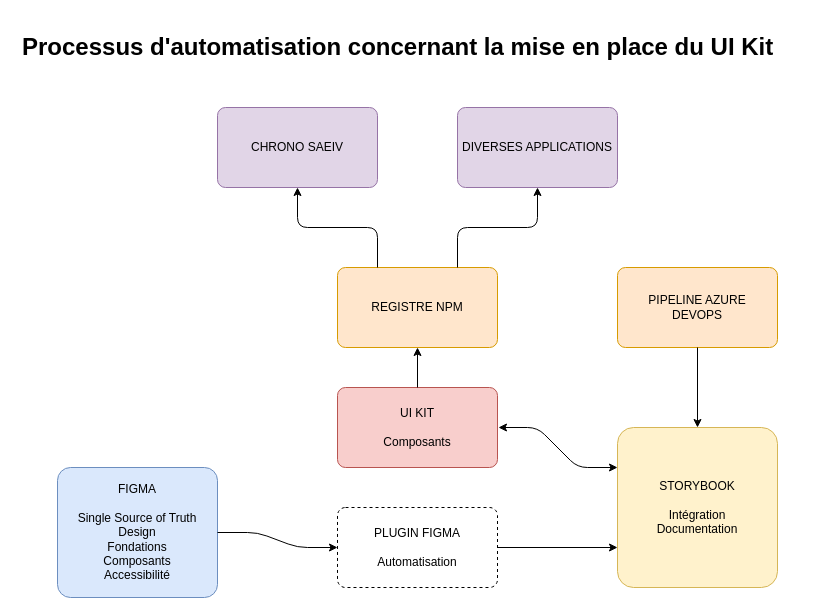
Above: Untitled Diagram.drawio in Tim-arts/flowcharts (draw.io), before the change. Source tidied: cells renumbered, new cells numbered last; positions are measured from the earlier drawing's top-left corner, leaving out a move shared by most shapes. Both pictures are drawn from the tidied source at 100%, with x=0, y=0 at pixel (17, 27).
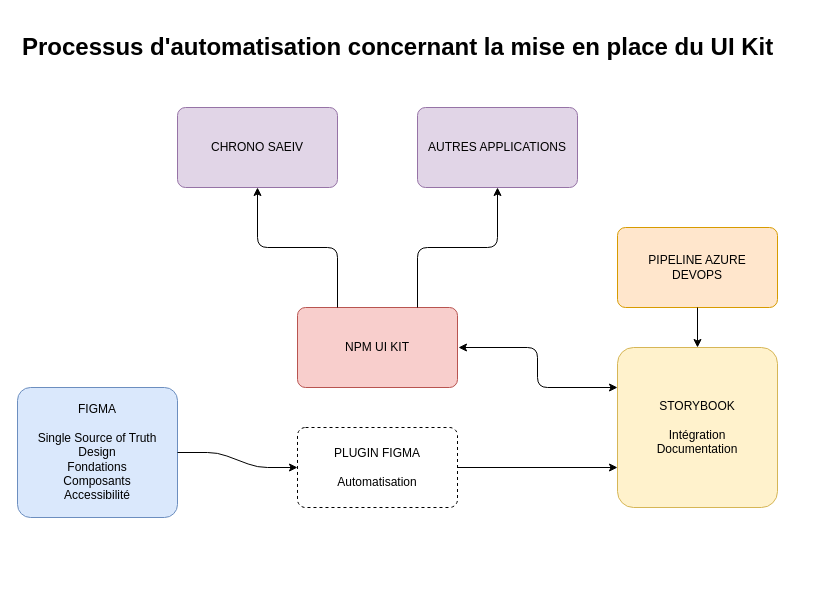
Above is the later version.

What changed in the source:
```diff
@@
+    <mxCell id="10" value="&lt;h1&gt;Processus d'automatisation concernant la mise en place du UI Kit&lt;/h1&gt;" style="text;html=1;strokeColor=none;fillColor=none;spacing=5;spacingTop=-20;whiteSpace=wrap;overflow=hidden;rounded=0;" parent="1" vertex="1">
+      <mxGeometry width="800" height="40" as="geometry" />
+    </mxCell>
     <mxCell id="2" value="FIGMA&lt;br&gt;&lt;br&gt;Single Source of Truth&lt;br&gt;Design&lt;br&gt;Fondations&lt;br&gt;Composants&lt;br&gt;Accessibilité" style="rounded=1;whiteSpace=wrap;html=1;arcSize=10;fillColor=#dae8fc;strokeColor=#6c8ebf;" parent="1" vertex="1">
-      <mxGeometry x="40" y="440" width="160" height="130" as="geometry" />
+      <mxGeometry y="360" width="160" height="130" as="geometry" />
     </mxCell>
     <mxCell id="3" value="STORYBOOK&lt;br&gt;&lt;br&gt;Intégration&lt;br&gt;Documentation" style="rounded=1;whiteSpace=wrap;html=1;arcSize=10;fillColor=#fff2cc;strokeColor=#d6b656;" parent="1" vertex="1">
-      <mxGeometry x="600" y="400" width="160" height="160" as="geometry" />
+      <mxGeometry x="600" y="320" width="160" height="160" as="geometry" />
     </mxCell>
     <mxCell id="4" value="PIPELINE AZURE&lt;br&gt;DEVOPS" style="rounded=1;whiteSpace=wrap;html=1;arcSize=10;fillColor=#ffe6cc;strokeColor=#d79b00;" parent="1" vertex="1">
-      <mxGeometry x="600" y="240" width="160" height="80" as="geometry" />
+      <mxGeometry x="600" y="200" width="160" height="80" as="geometry" />
     </mxCell>
     <mxCell id="5" style="endArrow=classic;html=1;jumpStyle=line;shadow=0;rounded=1;jumpSize=6;endSize=6;fixDash=1;orthogonal=0;comic=0;backgroundOutline=0;entryX=0;entryY=0.5;entryDx=0;entryDy=0;exitX=1;exitY=0.5;exitDx=0;exitDy=0;" parent="1" edge="1" source="2" target="12">
       <mxGeometry relative="1" as="geometry">
         <Array as="points">
-          <mxPoint x="240" y="505" />
-          <mxPoint x="280" y="520" />
+          <mxPoint x="200" y="425" />
+          <mxPoint x="240" y="440" />
         </Array>
       </mxGeometry>
     </mxCell>
@@
-    <mxCell id="7" value="DIVERSES APPLICATIONS" style="rounded=1;whiteSpace=wrap;html=1;arcSize=10;fillColor=#e1d5e7;strokeColor=#9673a6;" parent="1" vertex="1">
-      <mxGeometry x="440" y="80" width="160" height="80" as="geometry" />
-    </mxCell>
-    <mxCell id="8" value="CHRONO SAEIV" style="rounded=1;whiteSpace=wrap;html=1;arcSize=10;fillColor=#e1d5e7;strokeColor=#9673a6;" parent="1" vertex="1">
-      <mxGeometry x="200" y="80" width="160" height="80" as="geometry" />
-    </mxCell>
-    <mxCell id="9" value="REGISTRE NPM" style="rounded=1;whiteSpace=wrap;html=1;arcSize=10;fillColor=#ffe6cc;strokeColor=#d79b00;" parent="1" vertex="1">
-      <mxGeometry x="320" y="240" width="160" height="80" as="geometry" />
-    </mxCell>
-    <mxCell id="10" value="&lt;h1&gt;Processus d'automatisation concernant la mise en place du UI Kit&lt;/h1&gt;" style="text;html=1;strokeColor=none;fillColor=none;spacing=5;spacingTop=-20;whiteSpace=wrap;overflow=hidden;rounded=0;" parent="1" vertex="1">
-      <mxGeometry width="800" height="40" as="geometry" />
-    </mxCell>
-    <mxCell id="11" value="UI KIT&lt;br&gt;&lt;br&gt;Composants" style="rounded=1;whiteSpace=wrap;html=1;arcSize=10;fillColor=#f8cecc;strokeColor=#b85450;" parent="1" vertex="1">
-      <mxGeometry x="320" y="360" width="160" height="80" as="geometry" />
-    </mxCell>
+    <mxCell id="18" value="AUTRES APPLICATIONS" style="rounded=1;whiteSpace=wrap;html=1;arcSize=10;fillColor=#e1d5e7;strokeColor=#9673a6;" parent="1" vertex="1">
+      <mxGeometry x="400" y="80" width="160" height="80" as="geometry" />
+    </mxCell>
+    <mxCell id="19" value="NPM UI KIT" style="rounded=1;whiteSpace=wrap;html=1;arcSize=10;fillColor=#f8cecc;strokeColor=#b85450;" parent="1" vertex="1">
+      <mxGeometry x="280" y="280" width="160" height="80" as="geometry" />
+    </mxCell>
     <mxCell id="12" value="PLUGIN FIGMA&lt;br&gt;&lt;br&gt;Automatisation" style="rounded=1;whiteSpace=wrap;html=1;arcSize=10;dashed=1;" parent="1" vertex="1">
-      <mxGeometry x="320" y="480" width="160" height="80" as="geometry" />
+      <mxGeometry x="280" y="400" width="160" height="80" as="geometry" />
     </mxCell>
@@
-    <mxCell id="14" style="endArrow=classic;html=1;shadow=0;endSize=6;strokeColor=#000000;entryX=0.5;entryY=1;entryDx=0;entryDy=0;exitX=0.5;exitY=0;exitDx=0;exitDy=0;" parent="1" edge="1" source="11" target="9">
-      <mxGeometry relative="1" as="geometry" />
-    </mxCell>
-    <mxCell id="15" style="endArrow=classic;html=1;shadow=0;endSize=6;strokeColor=#000000;entryX=0.5;entryY=1;entryDx=0;entryDy=0;exitX=0.25;exitY=0;exitDx=0;exitDy=0;" parent="1" edge="1" source="9" target="8">
-      <mxGeometry relative="1" as="geometry">
-        <Array as="points">
-          <mxPoint x="360" y="200" />
-          <mxPoint x="280" y="200" />
-        </Array>
-      </mxGeometry>
-    </mxCell>
-    <mxCell id="16" style="endArrow=classic;html=1;shadow=0;endSize=6;strokeColor=#000000;entryX=0.5;entryY=1;entryDx=0;entryDy=0;exitX=0.75;exitY=0;exitDx=0;exitDy=0;" parent="1" edge="1" source="9" target="7">
-      <mxGeometry relative="1" as="geometry">
-        <Array as="points">
-          <mxPoint x="440" y="200" />
-          <mxPoint x="520" y="200" />
-        </Array>
-      </mxGeometry>
-    </mxCell>
-    <mxCell id="17" style="endArrow=classic;startArrow=classic;html=1;shadow=0;endSize=6;strokeColor=#000000;entryX=0;entryY=0.25;entryDx=0;entryDy=0;" parent="1" edge="1" target="3">
-      <mxGeometry relative="1" as="geometry">
-        <mxPoint x="481" y="400" as="sourcePoint" />
-        <Array as="points">
-          <mxPoint x="520" y="400" />
-          <mxPoint x="560" y="440" />
-        </Array>
-      </mxGeometry>
-    </mxCell>
+    <mxCell id="20" style="endArrow=classic;html=1;shadow=0;endSize=6;strokeColor=#000000;entryX=0.5;entryY=1;entryDx=0;entryDy=0;exitX=0.75;exitY=0;exitDx=0;exitDy=0;" parent="1" edge="1" source="19" target="18">
+      <mxGeometry relative="1" as="geometry">
+        <Array as="points">
+          <mxPoint x="400" y="220" />
+          <mxPoint x="480" y="220" />
+        </Array>
+      </mxGeometry>
+    </mxCell>
+    <mxCell id="21" style="endArrow=classic;startArrow=classic;html=1;shadow=0;endSize=6;strokeColor=#000000;entryX=0;entryY=0.25;entryDx=0;entryDy=0;" parent="1" edge="1" target="3">
+      <mxGeometry relative="1" as="geometry">
+        <mxPoint x="441" y="320" as="sourcePoint" />
+        <Array as="points">
+          <mxPoint x="520" y="320" />
+          <mxPoint x="520" y="360" />
+        </Array>
+      </mxGeometry>
+    </mxCell>
+    <mxCell id="8" value="CHRONO SAEIV" style="rounded=1;whiteSpace=wrap;html=1;arcSize=10;fillColor=#e1d5e7;strokeColor=#9673a6;" parent="1" vertex="1">
+      <mxGeometry x="160" y="80" width="160" height="80" as="geometry" />
+    </mxCell>
+    <mxCell id="22" style="endArrow=classic;html=1;entryX=0.5;entryY=1;entryDx=0;entryDy=0;exitX=0.25;exitY=0;exitDx=0;exitDy=0;" parent="1" edge="1" source="19" target="8">
+      <mxGeometry relative="1" as="geometry">
+        <Array as="points">
+          <mxPoint x="320" y="220" />
+          <mxPoint x="240" y="220" />
+        </Array>
+      </mxGeometry>
+    </mxCell>
```
